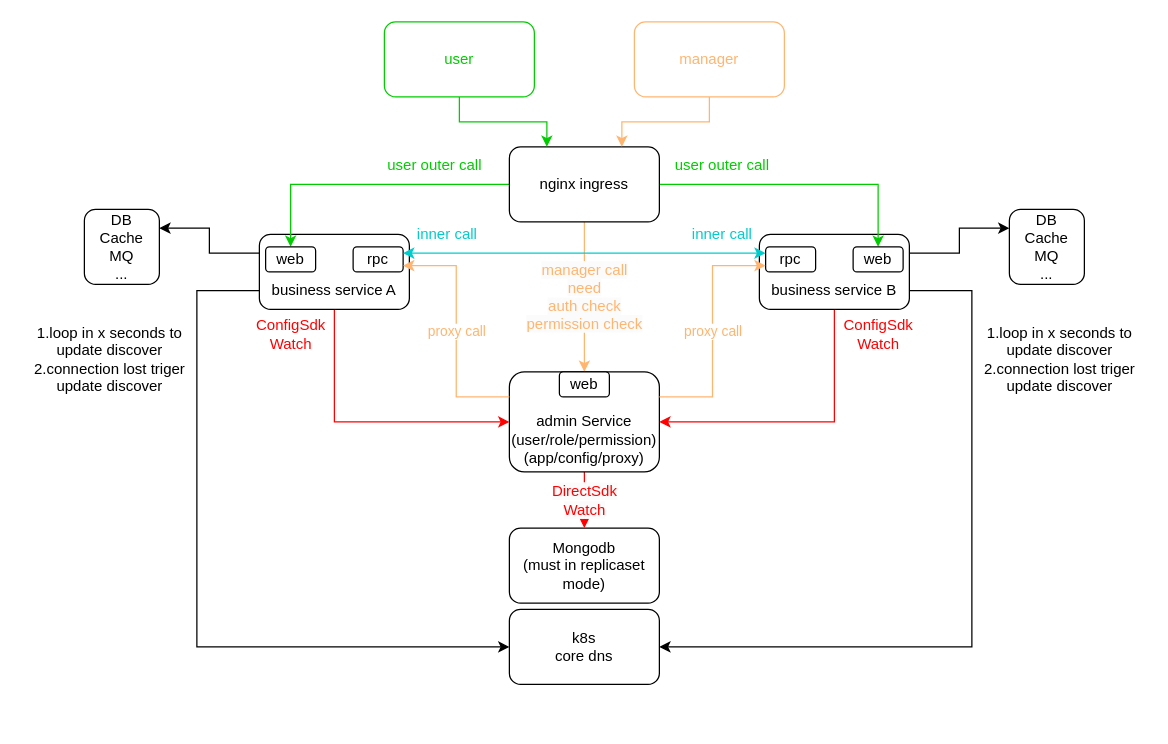
This is Corelib.drawio from chenjie199234/Corelib, a draw.io file, before an edit. Source tidied: cells renumbered, new cells numbered last; positions are measured from the earlier drawing's top-left corner, leaving out a move shared by most shapes. Both pictures are drawn from the tidied source at 125%, with x=0, y=0 at pixel (21, 21).
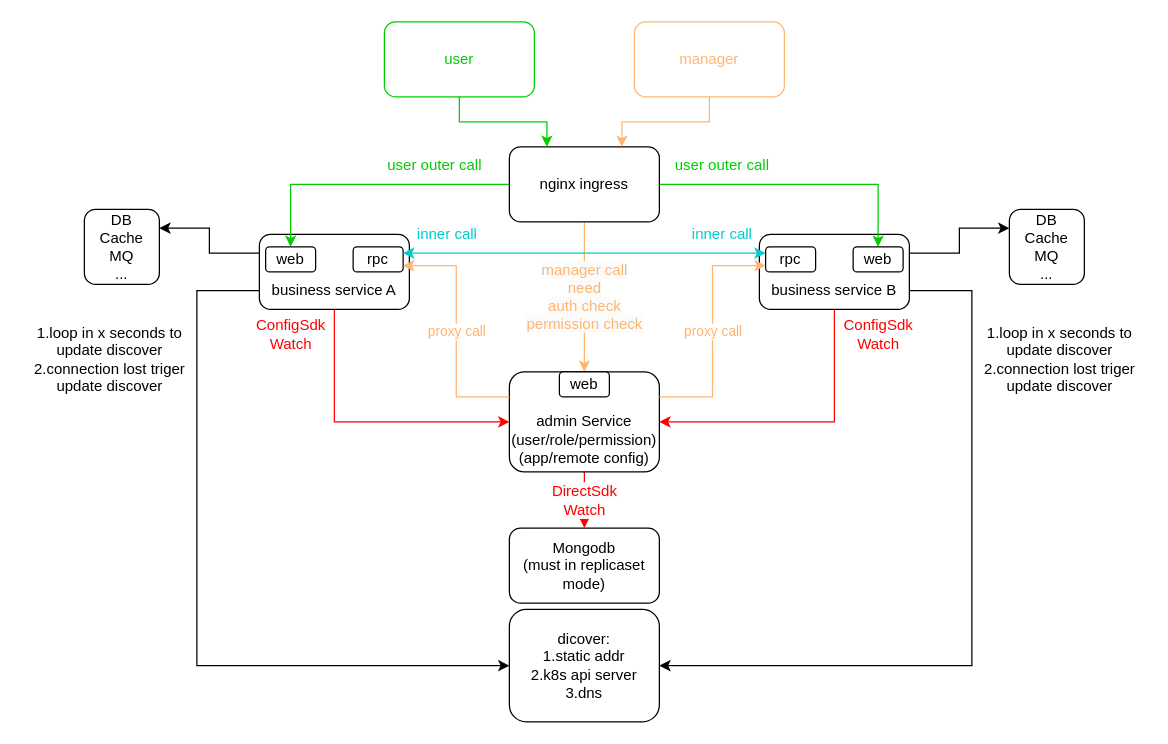
The same diagram, later.

Unchanged cells that the change refers to:
```xml
<mxCell id="8" value="&lt;br&gt;&lt;br&gt;business service A" style="rounded=1;whiteSpace=wrap;html=1;" parent="1" vertex="1">
  <mxGeometry x="190" y="170" width="120" height="60" as="geometry" />
</mxCell>
<mxCell id="12" value="&lt;br&gt;&lt;br&gt;business service B" style="rounded=1;whiteSpace=wrap;html=1;" parent="1" vertex="1">
  <mxGeometry x="590" y="170" width="120" height="60" as="geometry" />
</mxCell>
```

Change to the diagram source:
```diff
@@
-    <mxCell id="4" value="&lt;br&gt;&lt;br&gt;admin Service&lt;br&gt;(user/role/permission)&lt;br&gt;(app/config/proxy)" style="rounded=1;whiteSpace=wrap;html=1;" parent="1" vertex="1">
+    <mxCell id="4" value="&lt;br&gt;&lt;br&gt;admin Service&lt;br&gt;(user/role/permission)&lt;br&gt;(app/remote config)" style="rounded=1;whiteSpace=wrap;html=1;" parent="1" vertex="1">
       <mxGeometry x="390" y="280" width="120" height="80" as="geometry" />
     </mxCell>
@@
-    <mxCell id="7" style="edgeStyle=orthogonalEdgeStyle;rounded=0;jettySize=auto;html=1;exitX=0;exitY=0.75;exitDx=0;exitDy=0;entryX=0;entryY=0.5;entryDx=0;entryDy=0;fontColor=#000000;strokeColor=#000000;" parent="1" edge="1" source="8" target="32">
+    <mxCell id="7" style="edgeStyle=orthogonalEdgeStyle;rounded=0;jettySize=auto;html=1;exitX=0;exitY=0.75;exitDx=0;exitDy=0;fontColor=#000000;strokeColor=#000000;entryX=0;entryY=0.5;entryDx=0;entryDy=0;" parent="1" edge="1" source="8" target="32">
       <mxGeometry relative="1" as="geometry">
         <Array as="points">
           <mxPoint x="140" y="215" />
-          <mxPoint x="140" y="500" />
+          <mxPoint x="140" y="515" />
         </Array>
       </mxGeometry>
     </mxCell>
@@
     <mxCell id="11" style="edgeStyle=orthogonalEdgeStyle;rounded=0;jettySize=auto;html=1;exitX=1;exitY=0.75;exitDx=0;exitDy=0;entryX=1;entryY=0.5;entryDx=0;entryDy=0;fontColor=#000000;strokeColor=#000000;" parent="1" edge="1" source="12" target="32">
       <mxGeometry relative="1" as="geometry">
         <Array as="points">
           <mxPoint x="760" y="215" />
-          <mxPoint x="760" y="500" />
+          <mxPoint x="760" y="515" />
         </Array>
       </mxGeometry>
     </mxCell>
@@
-    <mxCell id="32" value="&lt;font color=&quot;#000000&quot;&gt;k8s&lt;br&gt;core dns&lt;/font&gt;" style="rounded=1;whiteSpace=wrap;html=1;fontColor=#00CCCC;" parent="1" vertex="1">
-      <mxGeometry x="390" y="470" width="120" height="60" as="geometry" />
+    <mxCell id="32" value="&lt;font color=&quot;#000000&quot;&gt;dicover:&lt;/font&gt;&lt;div&gt;&lt;font color=&quot;#000000&quot;&gt;1.static addr&lt;br&gt;&lt;/font&gt;&lt;div&gt;&lt;font color=&quot;#000000&quot;&gt;2.k8s api server&lt;/font&gt;&lt;/div&gt;&lt;div&gt;&lt;font color=&quot;#000000&quot;&gt;3.dns&lt;/font&gt;&lt;/div&gt;&lt;/div&gt;" style="rounded=1;whiteSpace=wrap;html=1;fontColor=#00CCCC;" parent="1" vertex="1">
+      <mxGeometry x="390" y="470" width="120" height="90" as="geometry" />
     </mxCell>
```
